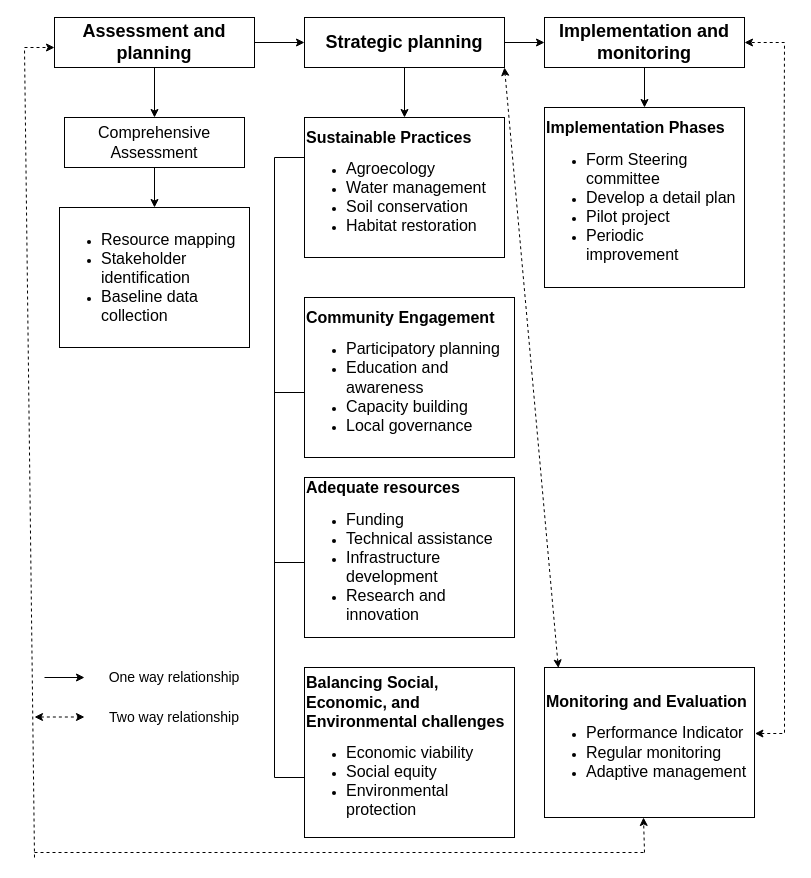
Before: Compreh.drawio in yemioke/PRISMA2020, a draw.io diagram. Source tidied: cells renumbered, new cells numbered last; positions are measured from the earlier drawing's top-left corner, leaving out a move shared by most shapes. Both pictures are drawn from the tidied source at 100%, with x=0, y=0 at pixel (-21, 17).
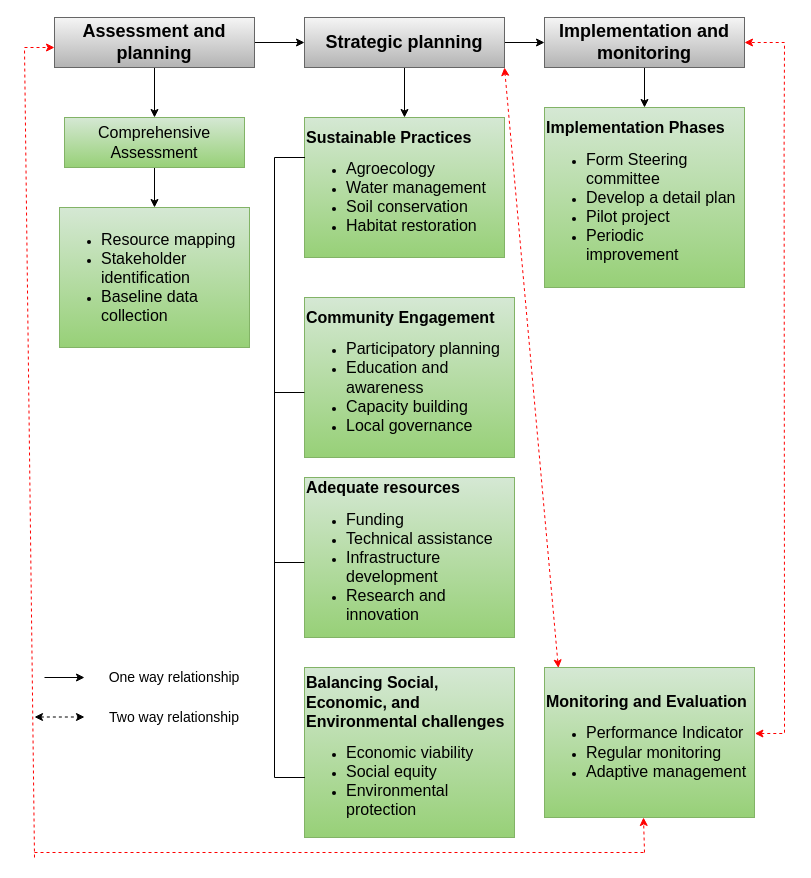
After the change.

What changed in the source:
```diff
@@
-    <mxCell id="4" value="&lt;font style=&quot;font-size: 18px;&quot;&gt;&lt;b style=&quot;&quot;&gt;Assessment and planning&lt;/b&gt;&lt;/font&gt;" style="rounded=0;whiteSpace=wrap;html=1;" parent="1" vertex="1">
+    <mxCell id="4" value="&lt;font style=&quot;font-size: 18px;&quot;&gt;&lt;b style=&quot;&quot;&gt;Assessment and planning&lt;/b&gt;&lt;/font&gt;" style="rounded=0;whiteSpace=wrap;html=1;fillColor=#f5f5f5;gradientColor=#b3b3b3;strokeColor=#666666;" parent="1" vertex="1">
       <mxGeometry x="75" width="200" height="50" as="geometry" />
     </mxCell>
@@
-    <mxCell id="7" value="&lt;font style=&quot;font-size: 18px;&quot;&gt;&lt;b style=&quot;&quot;&gt;Strategic planning&lt;/b&gt;&lt;/font&gt;" style="rounded=0;whiteSpace=wrap;html=1;" parent="1" vertex="1">
+    <mxCell id="7" value="&lt;font style=&quot;font-size: 18px;&quot;&gt;&lt;b style=&quot;&quot;&gt;Strategic planning&lt;/b&gt;&lt;/font&gt;" style="rounded=0;whiteSpace=wrap;html=1;fillColor=#f5f5f5;gradientColor=#b3b3b3;strokeColor=#666666;" parent="1" vertex="1">
       <mxGeometry x="325" width="200" height="50" as="geometry" />
     </mxCell>
@@
-    <mxCell id="9" value="&lt;font style=&quot;font-size: 18px;&quot;&gt;&lt;b style=&quot;&quot;&gt;Implementation and monitoring&lt;/b&gt;&lt;/font&gt;" style="rounded=0;whiteSpace=wrap;html=1;" parent="1" vertex="1">
+    <mxCell id="9" value="&lt;font style=&quot;font-size: 18px;&quot;&gt;&lt;b style=&quot;&quot;&gt;Implementation and monitoring&lt;/b&gt;&lt;/font&gt;" style="rounded=0;whiteSpace=wrap;html=1;fillColor=#f5f5f5;gradientColor=#b3b3b3;strokeColor=#666666;" parent="1" vertex="1">
       <mxGeometry x="565" width="200" height="50" as="geometry" />
     </mxCell>
@@
-    <mxCell id="11" value="&lt;font style=&quot;font-size: 16px;&quot;&gt;Comprehensive Assessment&lt;/font&gt;" style="rounded=0;whiteSpace=wrap;html=1;" parent="1" vertex="1">
+    <mxCell id="11" value="&lt;font style=&quot;font-size: 16px;&quot;&gt;Comprehensive Assessment&lt;/font&gt;" style="rounded=0;whiteSpace=wrap;html=1;fillColor=#d5e8d4;gradientColor=#97d077;strokeColor=#82b366;" parent="1" vertex="1">
       <mxGeometry x="85" y="100" width="180" height="50" as="geometry" />
     </mxCell>
-    <mxCell id="12" value="&lt;ul&gt;&lt;li&gt;&lt;font style=&quot;font-size: 16px;&quot;&gt;Resource mapping&amp;nbsp;&lt;/font&gt;&lt;/li&gt;&lt;li&gt;&lt;font size=&quot;3&quot; style=&quot;&quot;&gt;Stakeholder identification&lt;/font&gt;&lt;/li&gt;&lt;li&gt;&lt;font size=&quot;3&quot; style=&quot;&quot;&gt;Baseline data collection&lt;/font&gt;&lt;/li&gt;&lt;/ul&gt;" style="rounded=0;whiteSpace=wrap;html=1;align=left;" parent="1" vertex="1">
+    <mxCell id="12" value="&lt;ul&gt;&lt;li&gt;&lt;font style=&quot;font-size: 16px;&quot;&gt;Resource mapping&amp;nbsp;&lt;/font&gt;&lt;/li&gt;&lt;li&gt;&lt;font size=&quot;3&quot; style=&quot;&quot;&gt;Stakeholder identification&lt;/font&gt;&lt;/li&gt;&lt;li&gt;&lt;font size=&quot;3&quot; style=&quot;&quot;&gt;Baseline data collection&lt;/font&gt;&lt;/li&gt;&lt;/ul&gt;" style="rounded=0;whiteSpace=wrap;html=1;align=left;fillColor=#d5e8d4;gradientColor=#97d077;strokeColor=#82b366;" parent="1" vertex="1">
       <mxGeometry x="80" y="190" width="190" height="140" as="geometry" />
     </mxCell>
-    <mxCell id="13" value="&lt;font style=&quot;font-size: 16px;&quot;&gt;&lt;b&gt;Sustainable Practices&lt;/b&gt;&lt;/font&gt;&lt;div&gt;&lt;ul&gt;&lt;li&gt;&lt;span style=&quot;font-size: 16px;&quot;&gt;Agroecology&amp;nbsp;&lt;/span&gt;&lt;/li&gt;&lt;li&gt;&lt;span style=&quot;font-size: 16px;&quot;&gt;Water management&lt;/span&gt;&lt;/li&gt;&lt;li&gt;&lt;span style=&quot;font-size: 16px;&quot;&gt;Soil conservation&lt;/span&gt;&lt;/li&gt;&lt;li&gt;&lt;span style=&quot;font-size: 16px;&quot;&gt;Habitat restoration&lt;/span&gt;&lt;/li&gt;&lt;/ul&gt;&lt;/div&gt;" style="rounded=0;whiteSpace=wrap;html=1;align=left;" parent="1" vertex="1">
+    <mxCell id="13" value="&lt;font style=&quot;font-size: 16px;&quot;&gt;&lt;b&gt;Sustainable Practices&lt;/b&gt;&lt;/font&gt;&lt;div&gt;&lt;ul&gt;&lt;li&gt;&lt;span style=&quot;font-size: 16px;&quot;&gt;Agroecology&amp;nbsp;&lt;/span&gt;&lt;/li&gt;&lt;li&gt;&lt;span style=&quot;font-size: 16px;&quot;&gt;Water management&lt;/span&gt;&lt;/li&gt;&lt;li&gt;&lt;span style=&quot;font-size: 16px;&quot;&gt;Soil conservation&lt;/span&gt;&lt;/li&gt;&lt;li&gt;&lt;span style=&quot;font-size: 16px;&quot;&gt;Habitat restoration&lt;/span&gt;&lt;/li&gt;&lt;/ul&gt;&lt;/div&gt;" style="rounded=0;whiteSpace=wrap;html=1;align=left;fillColor=#d5e8d4;gradientColor=#97d077;strokeColor=#82b366;" parent="1" vertex="1">
       <mxGeometry x="325" y="100" width="200" height="140" as="geometry" />
     </mxCell>
-    <mxCell id="14" value="&lt;span style=&quot;font-size: 16px;&quot;&gt;&lt;b&gt;Community Engagement&lt;/b&gt;&lt;/span&gt;&lt;br&gt;&lt;div&gt;&lt;ul&gt;&lt;li&gt;&lt;span style=&quot;font-size: 16px;&quot;&gt;Participatory planning&amp;nbsp;&lt;/span&gt;&lt;/li&gt;&lt;li&gt;&lt;span style=&quot;font-size: 16px;&quot;&gt;Education and awareness&lt;/span&gt;&lt;/li&gt;&lt;li&gt;&lt;span style=&quot;font-size: 16px;&quot;&gt;Capacity building&amp;nbsp;&lt;/span&gt;&lt;/li&gt;&lt;li&gt;&lt;span style=&quot;font-size: 16px;&quot;&gt;Local governance&lt;/span&gt;&lt;/li&gt;&lt;/ul&gt;&lt;/div&gt;" style="rounded=0;whiteSpace=wrap;html=1;align=left;" parent="1" vertex="1">
+    <mxCell id="14" value="&lt;span style=&quot;font-size: 16px;&quot;&gt;&lt;b&gt;Community Engagement&lt;/b&gt;&lt;/span&gt;&lt;br&gt;&lt;div&gt;&lt;ul&gt;&lt;li&gt;&lt;span style=&quot;font-size: 16px;&quot;&gt;Participatory planning&amp;nbsp;&lt;/span&gt;&lt;/li&gt;&lt;li&gt;&lt;span style=&quot;font-size: 16px;&quot;&gt;Education and awareness&lt;/span&gt;&lt;/li&gt;&lt;li&gt;&lt;span style=&quot;font-size: 16px;&quot;&gt;Capacity building&amp;nbsp;&lt;/span&gt;&lt;/li&gt;&lt;li&gt;&lt;span style=&quot;font-size: 16px;&quot;&gt;Local governance&lt;/span&gt;&lt;/li&gt;&lt;/ul&gt;&lt;/div&gt;" style="rounded=0;whiteSpace=wrap;html=1;align=left;fillColor=#d5e8d4;gradientColor=#97d077;strokeColor=#82b366;" parent="1" vertex="1">
       <mxGeometry x="325" y="280" width="210" height="160" as="geometry" />
     </mxCell>
-    <mxCell id="15" value="&lt;span style=&quot;font-size: 16px;&quot;&gt;&lt;b&gt;Adequate resources&lt;/b&gt;&lt;/span&gt;&lt;br&gt;&lt;div&gt;&lt;ul&gt;&lt;li&gt;&lt;span style=&quot;font-size: 16px;&quot;&gt;Funding&amp;nbsp;&lt;/span&gt;&lt;/li&gt;&lt;li&gt;&lt;span style=&quot;font-size: 16px;&quot;&gt;Technical assistance&lt;/span&gt;&lt;/li&gt;&lt;li&gt;&lt;span style=&quot;font-size: 16px;&quot;&gt;Infrastructure development&amp;nbsp;&amp;nbsp;&lt;/span&gt;&lt;/li&gt;&lt;li&gt;&lt;span style=&quot;font-size: 16px;&quot;&gt;Research and innovation&lt;/span&gt;&lt;/li&gt;&lt;/ul&gt;&lt;/div&gt;" style="rounded=0;whiteSpace=wrap;html=1;align=left;" parent="1" vertex="1">
+    <mxCell id="15" value="&lt;span style=&quot;font-size: 16px;&quot;&gt;&lt;b&gt;Adequate resources&lt;/b&gt;&lt;/span&gt;&lt;br&gt;&lt;div&gt;&lt;ul&gt;&lt;li&gt;&lt;span style=&quot;font-size: 16px;&quot;&gt;Funding&amp;nbsp;&lt;/span&gt;&lt;/li&gt;&lt;li&gt;&lt;span style=&quot;font-size: 16px;&quot;&gt;Technical assistance&lt;/span&gt;&lt;/li&gt;&lt;li&gt;&lt;span style=&quot;font-size: 16px;&quot;&gt;Infrastructure development&amp;nbsp;&amp;nbsp;&lt;/span&gt;&lt;/li&gt;&lt;li&gt;&lt;span style=&quot;font-size: 16px;&quot;&gt;Research and innovation&lt;/span&gt;&lt;/li&gt;&lt;/ul&gt;&lt;/div&gt;" style="rounded=0;whiteSpace=wrap;html=1;align=left;fillColor=#d5e8d4;gradientColor=#97d077;strokeColor=#82b366;" parent="1" vertex="1">
       <mxGeometry x="325" y="460" width="210" height="160" as="geometry" />
     </mxCell>
-    <mxCell id="16" value="&lt;span style=&quot;font-size: 16px;&quot;&gt;&lt;b&gt;Balancing Social, Economic, and Environmental challenges&lt;/b&gt;&lt;/span&gt;&lt;br&gt;&lt;div&gt;&lt;ul&gt;&lt;li&gt;&lt;span style=&quot;font-size: 16px;&quot;&gt;Economic viability&amp;nbsp;&lt;/span&gt;&lt;/li&gt;&lt;li&gt;&lt;span style=&quot;font-size: 16px;&quot;&gt;Social equity&lt;/span&gt;&lt;/li&gt;&lt;li&gt;&lt;span style=&quot;font-size: 16px;&quot;&gt;Environmental protection&amp;nbsp;&lt;/span&gt;&lt;/li&gt;&lt;/ul&gt;&lt;/div&gt;" style="rounded=0;whiteSpace=wrap;html=1;align=left;" parent="1" vertex="1">
+    <mxCell id="16" value="&lt;span style=&quot;font-size: 16px;&quot;&gt;&lt;b&gt;Balancing Social, Economic, and Environmental challenges&lt;/b&gt;&lt;/span&gt;&lt;br&gt;&lt;div&gt;&lt;ul&gt;&lt;li&gt;&lt;span style=&quot;font-size: 16px;&quot;&gt;Economic viability&amp;nbsp;&lt;/span&gt;&lt;/li&gt;&lt;li&gt;&lt;span style=&quot;font-size: 16px;&quot;&gt;Social equity&lt;/span&gt;&lt;/li&gt;&lt;li&gt;&lt;span style=&quot;font-size: 16px;&quot;&gt;Environmental protection&amp;nbsp;&lt;/span&gt;&lt;/li&gt;&lt;/ul&gt;&lt;/div&gt;" style="rounded=0;whiteSpace=wrap;html=1;align=left;fillColor=#d5e8d4;gradientColor=#97d077;strokeColor=#82b366;" parent="1" vertex="1">
       <mxGeometry x="325" y="650" width="210" height="170" as="geometry" />
     </mxCell>
-    <mxCell id="17" value="&lt;span style=&quot;font-size: 16px;&quot;&gt;&lt;b&gt;Monitoring and Evaluation&lt;/b&gt;&lt;/span&gt;&lt;br&gt;&lt;div&gt;&lt;ul&gt;&lt;li&gt;&lt;span style=&quot;font-size: 16px;&quot;&gt;Performance Indicator&amp;nbsp;&lt;/span&gt;&lt;/li&gt;&lt;li&gt;&lt;span style=&quot;font-size: 16px;&quot;&gt;Regular monitoring&amp;nbsp;&lt;/span&gt;&lt;/li&gt;&lt;li&gt;&lt;span style=&quot;font-size: 16px;&quot;&gt;Adaptive management&amp;nbsp;&lt;/span&gt;&lt;/li&gt;&lt;/ul&gt;&lt;/div&gt;" style="rounded=0;whiteSpace=wrap;html=1;align=left;" parent="1" vertex="1">
+    <mxCell id="17" value="&lt;span style=&quot;font-size: 16px;&quot;&gt;&lt;b&gt;Monitoring and Evaluation&lt;/b&gt;&lt;/span&gt;&lt;br&gt;&lt;div&gt;&lt;ul&gt;&lt;li&gt;&lt;span style=&quot;font-size: 16px;&quot;&gt;Performance Indicator&amp;nbsp;&lt;/span&gt;&lt;/li&gt;&lt;li&gt;&lt;span style=&quot;font-size: 16px;&quot;&gt;Regular monitoring&amp;nbsp;&lt;/span&gt;&lt;/li&gt;&lt;li&gt;&lt;span style=&quot;font-size: 16px;&quot;&gt;Adaptive management&amp;nbsp;&lt;/span&gt;&lt;/li&gt;&lt;/ul&gt;&lt;/div&gt;" style="rounded=0;whiteSpace=wrap;html=1;align=left;fillColor=#d5e8d4;gradientColor=#97d077;strokeColor=#82b366;" parent="1" vertex="1">
       <mxGeometry x="565" y="650" width="210" height="150" as="geometry" />
     </mxCell>
-    <mxCell id="18" value="&lt;span style=&quot;font-size: 16px;&quot;&gt;&lt;b&gt;Implementation Phases&lt;/b&gt;&lt;/span&gt;&lt;br&gt;&lt;div&gt;&lt;ul&gt;&lt;li&gt;&lt;span style=&quot;font-size: 16px;&quot;&gt;Form Steering committee&amp;nbsp;&lt;/span&gt;&lt;/li&gt;&lt;li&gt;&lt;span style=&quot;font-size: 16px;&quot;&gt;Develop a detail plan&lt;/span&gt;&lt;/li&gt;&lt;li&gt;&lt;span style=&quot;font-size: 16px;&quot;&gt;Pilot project&lt;/span&gt;&lt;/li&gt;&lt;li&gt;&lt;span style=&quot;font-size: 16px;&quot;&gt;Periodic improvement&amp;nbsp;&lt;/span&gt;&lt;/li&gt;&lt;/ul&gt;&lt;/div&gt;" style="rounded=0;whiteSpace=wrap;html=1;align=left;" parent="1" vertex="1">
+    <mxCell id="18" value="&lt;span style=&quot;font-size: 16px;&quot;&gt;&lt;b&gt;Implementation Phases&lt;/b&gt;&lt;/span&gt;&lt;br&gt;&lt;div&gt;&lt;ul&gt;&lt;li&gt;&lt;span style=&quot;font-size: 16px;&quot;&gt;Form Steering committee&amp;nbsp;&lt;/span&gt;&lt;/li&gt;&lt;li&gt;&lt;span style=&quot;font-size: 16px;&quot;&gt;Develop a detail plan&lt;/span&gt;&lt;/li&gt;&lt;li&gt;&lt;span style=&quot;font-size: 16px;&quot;&gt;Pilot project&lt;/span&gt;&lt;/li&gt;&lt;li&gt;&lt;span style=&quot;font-size: 16px;&quot;&gt;Periodic improvement&amp;nbsp;&lt;/span&gt;&lt;/li&gt;&lt;/ul&gt;&lt;/div&gt;" style="rounded=0;whiteSpace=wrap;html=1;align=left;fillColor=#d5e8d4;gradientColor=#97d077;strokeColor=#82b366;" parent="1" vertex="1">
       <mxGeometry x="565" y="90" width="200" height="180" as="geometry" />
     </mxCell>
@@
-    <mxCell id="22" style="endArrow=classic;startArrow=classic;html=1;rounded=0;entryX=1;entryY=0.5;entryDx=0;entryDy=0;dashed=1;exitX=1.002;exitY=0.44;exitDx=0;exitDy=0;exitPerimeter=0;" parent="1" edge="1" source="17" target="9">
+    <mxCell id="22" style="endArrow=classic;startArrow=classic;html=1;rounded=0;entryX=1;entryY=0.5;entryDx=0;entryDy=0;dashed=1;exitX=1.002;exitY=0.44;exitDx=0;exitDy=0;exitPerimeter=0;strokeColor=#FF0000;" parent="1" edge="1" source="17" target="9">
       <mxGeometry relative="1" as="geometry">
         <Array as="points">
           <mxPoint x="805" y="716" />
           <mxPoint x="805" y="640" />
           <mxPoint x="804.6" y="130" />
           <mxPoint x="805" y="25" />
         </Array>
       </mxGeometry>
     </mxCell>
-    <mxCell id="23" style="endArrow=classic;startArrow=classic;html=1;rounded=0;exitX=0.066;exitY=0.003;exitDx=0;exitDy=0;exitPerimeter=0;dashed=1;" parent="1" edge="1" source="17">
+    <mxCell id="23" style="endArrow=classic;startArrow=classic;html=1;rounded=0;exitX=0.066;exitY=0.003;exitDx=0;exitDy=0;exitPerimeter=0;dashed=1;strokeColor=#FF0000;" parent="1" edge="1" source="17">
       <mxGeometry relative="1" as="geometry">
         <mxPoint x="525" y="50" as="targetPoint" />
       </mxGeometry>
     </mxCell>
-    <mxCell id="24" style="endArrow=classic;html=1;rounded=0;dashed=1;" parent="1" edge="1">
+    <mxCell id="24" style="endArrow=classic;html=1;rounded=0;dashed=1;strokeColor=#FF0000;" parent="1" edge="1">
       <mxGeometry relative="1" as="geometry">
         <mxPoint x="45" y="30" as="sourcePoint" />
         <mxPoint x="75" y="30" as="targetPoint" />
       </mxGeometry>
     </mxCell>
-    <mxCell id="25" style="endArrow=none;html=1;rounded=0;dashed=1;" parent="1" edge="1">
+    <mxCell id="25" style="endArrow=none;html=1;rounded=0;dashed=1;strokeColor=#FF0000;" parent="1" edge="1">
       <mxGeometry relative="1" as="geometry">
         <mxPoint x="55" y="840" as="sourcePoint" />
         <mxPoint x="45" y="30" as="targetPoint" />
       </mxGeometry>
     </mxCell>
@@
-    <mxCell id="30" style="line;strokeWidth=1;html=1;dashed=1;" parent="1" vertex="1">
+    <mxCell id="30" style="line;strokeWidth=1;html=1;dashed=1;strokeColor=#FF0000;" parent="1" vertex="1">
       <mxGeometry x="55" y="830" width="610" height="10" as="geometry" />
     </mxCell>
-    <mxCell id="31" style="endArrow=classic;html=1;rounded=0;exitX=1;exitY=0.5;exitDx=0;exitDy=0;exitPerimeter=0;dashed=1;" parent="1" edge="1" source="30">
+    <mxCell id="31" style="endArrow=classic;html=1;rounded=0;exitX=1;exitY=0.5;exitDx=0;exitDy=0;exitPerimeter=0;dashed=1;strokeColor=#FF0000;" parent="1" edge="1" source="30">
       <mxGeometry relative="1" as="geometry">
         <mxPoint x="664" y="800" as="targetPoint" />
       </mxGeometry>
     </mxCell>
```
